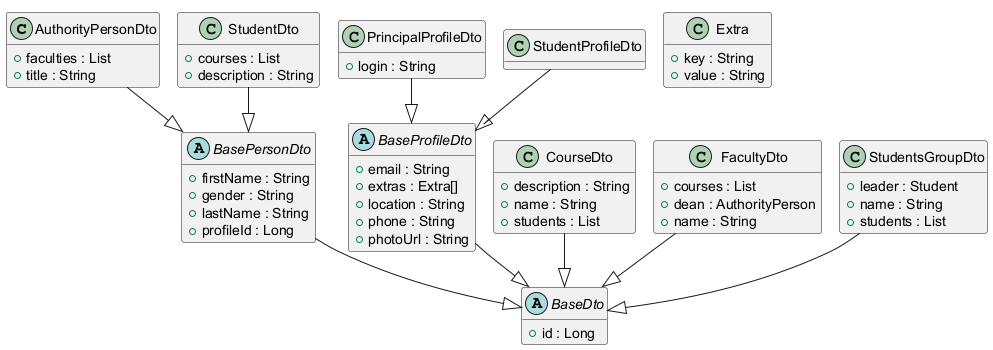
This is ingress/documentation/html/images/ModuleDataModel.puml.png.png from OlegSopilnyak/school-demo, a PlantUML export, as it was before one commit. Its diagram source:
```plantuml
@startuml
!pragma layout smetana

class AuthorityPersonDto {
	{field} +faculties : List
	{field} +title : String
	{method}  {static} +builder () : AuthorityPersonDtoBuilder
	{method} +equals ( o : Object ) : boolean
	{method} +hashCode () : int
	{method} +toString () : String
}


abstract class BaseDto {
	{field} +id : Long
	{method} +toString () : String
}


abstract class BasePersonDto {
	{field} +firstName : String
	{field} +gender : String
	{field} +lastName : String
	{field} +profileId : Long
	{method} +equals ( o : Object ) : boolean
	{method} +hashCode () : int
	{method} +toString () : String
}


abstract class BaseProfileDto {
	{field} +email : String
	{field} +extras : Extra[]
	{field} +location : String
	{field} +phone : String
	{field} +photoUrl : String
	{method} +equals ( o : Object ) : boolean
	{method} +getExtra ( key : String ) : Optional
	{method} +getExtraKeys () : String[]
	{method} +hashCode () : int
	{method} +toString () : String
}


class CourseDto {
	{field} +description : String
	{field} +name : String
	{field} +students : List
	{method}  {static} +builder () : CourseDtoBuilder
	{method} +equals ( o : Object ) : boolean
	{method} +hashCode () : int
	{method} +toString () : String
}


class Extra {
	{field} +key : String
	{field} +value : String
	{method}  {static} +builder () : ExtraBuilder
	{method} +equals ( o : Object ) : boolean
	{method} +hashCode () : int
	{method} +toString () : String
}


class FacultyDto {
	{field} +courses : List
	{field} +dean : AuthorityPerson
	{field} +name : String
	{method}  {static} +builder () : FacultyDtoBuilder
	{method} +equals ( o : Object ) : boolean
	{method} +hashCode () : int
	{method} +toString () : String
}


class PrincipalProfileDto {
	{field} +login : String
	{method}  {static} +builder () : PrincipalProfileDtoBuilder
	{method} +equals ( o : Object ) : boolean
	{method} +hashCode () : int
	{method} +toString () : String
}


class StudentDto {
	{field} +courses : List
	{field} +description : String
	{method}  {static} +builder () : StudentDtoBuilder
	{method} +equals ( o : Object ) : boolean
	{method} +hashCode () : int
	{method} +toString () : String
}


class StudentProfileDto {
	{method}  {static} +builder () : StudentProfileDtoBuilder
	{method} +equals ( o : Object ) : boolean
	{method} +hashCode () : int
	{method} +toString () : String
}


class StudentsGroupDto {
	{field} +leader : Student
	{field} +name : String
	{field} +students : List
	{method}  {static} +builder () : StudentsGroupDtoBuilder
	{method} +equals ( o : Object ) : boolean
	{method} +hashCode () : int
	{method} +toString () : String
}




AuthorityPersonDto --|>  BasePersonDto
BasePersonDto --|>  BaseDto
BaseProfileDto --|>  BaseDto
CourseDto --|>  BaseDto
FacultyDto --|>  BaseDto
PrincipalProfileDto --|>  BaseProfileDto
StudentDto --|>  BasePersonDto
StudentProfileDto --|>  BaseProfileDto
StudentsGroupDto --|>  BaseDto

hide methods

@enduml
```
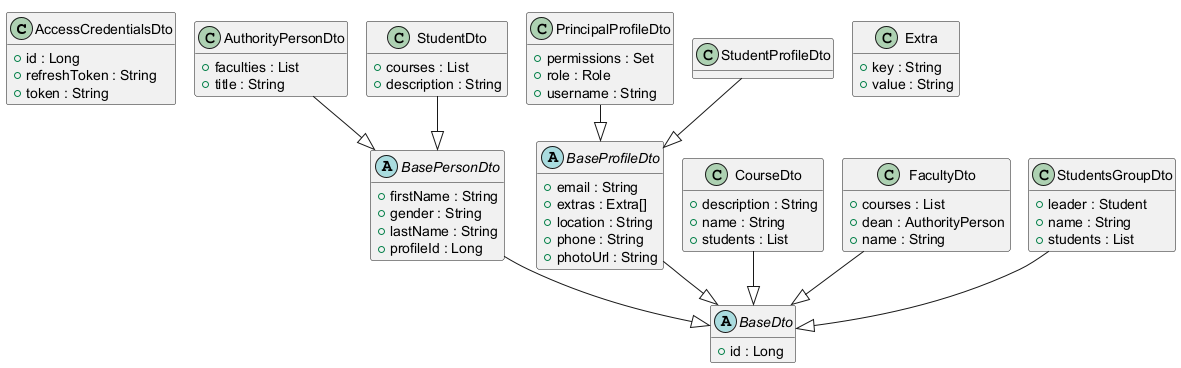
Above is the later version.

What changed in the source:
```diff
@@ -1,5 +1,16 @@
 @startuml
 !pragma layout smetana
+
+class AccessCredentialsDto {
+	{field} +id : Long
+	{field} +refreshToken : String
+	{field} +token : String
+	{method}  {static} +builder () : AccessCredentialsDtoBuilder
+	{method} +equals ( o : Object ) : boolean
+	{method} +hashCode () : int
+	{method} +toString () : String
+}
+
 
 class AuthorityPersonDto {
 	{field} +faculties : List
@@ -13,6 +24,8 @@
 
 abstract class BaseDto {
 	{field} +id : Long
+	{method} +equals ( o : Object ) : boolean
+	{method} +hashCode () : int
 	{method} +toString () : String
 }
 
@@ -75,7 +88,9 @@
 
 
 class PrincipalProfileDto {
-	{field} +login : String
+	{field} +permissions : Set
+	{field} +role : Role
+	{field} +username : String
 	{method}  {static} +builder () : PrincipalProfileDtoBuilder
 	{method} +equals ( o : Object ) : boolean
 	{method} +hashCode () : int
```
